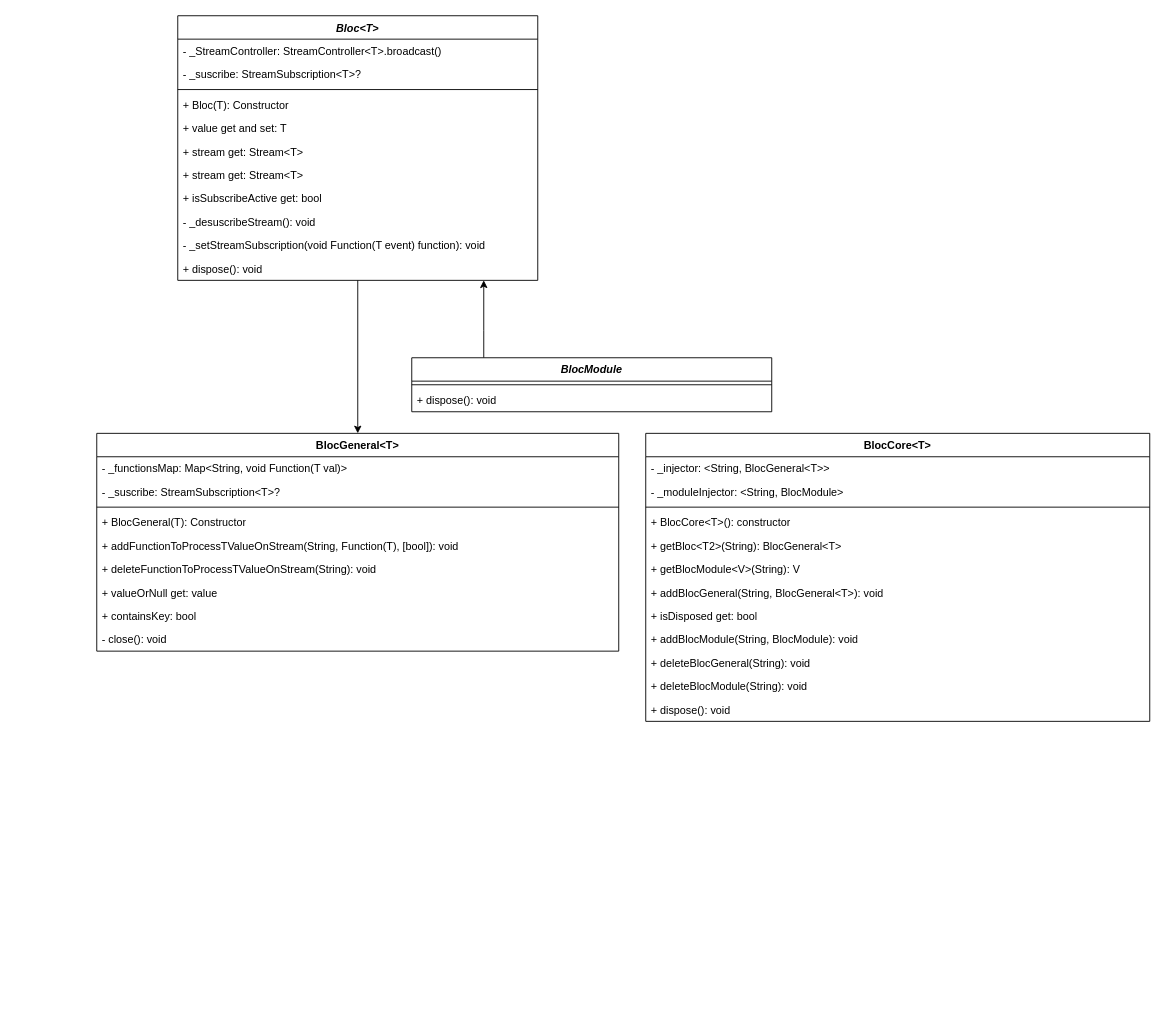
This is page "Bloc" (3 of 12) of uml/uml_diagrams.drawio from grupo-jocaagura/jocaagura_domain, a draw.io file, before an edit. Source tidied: cells renumbered, new cells numbered last; positions are measured from the earlier drawing's top-left corner, leaving out a move shared by most shapes. Both pictures are drawn from the tidied source at 90%, with x=0, y=0 at pixel (96, 15).
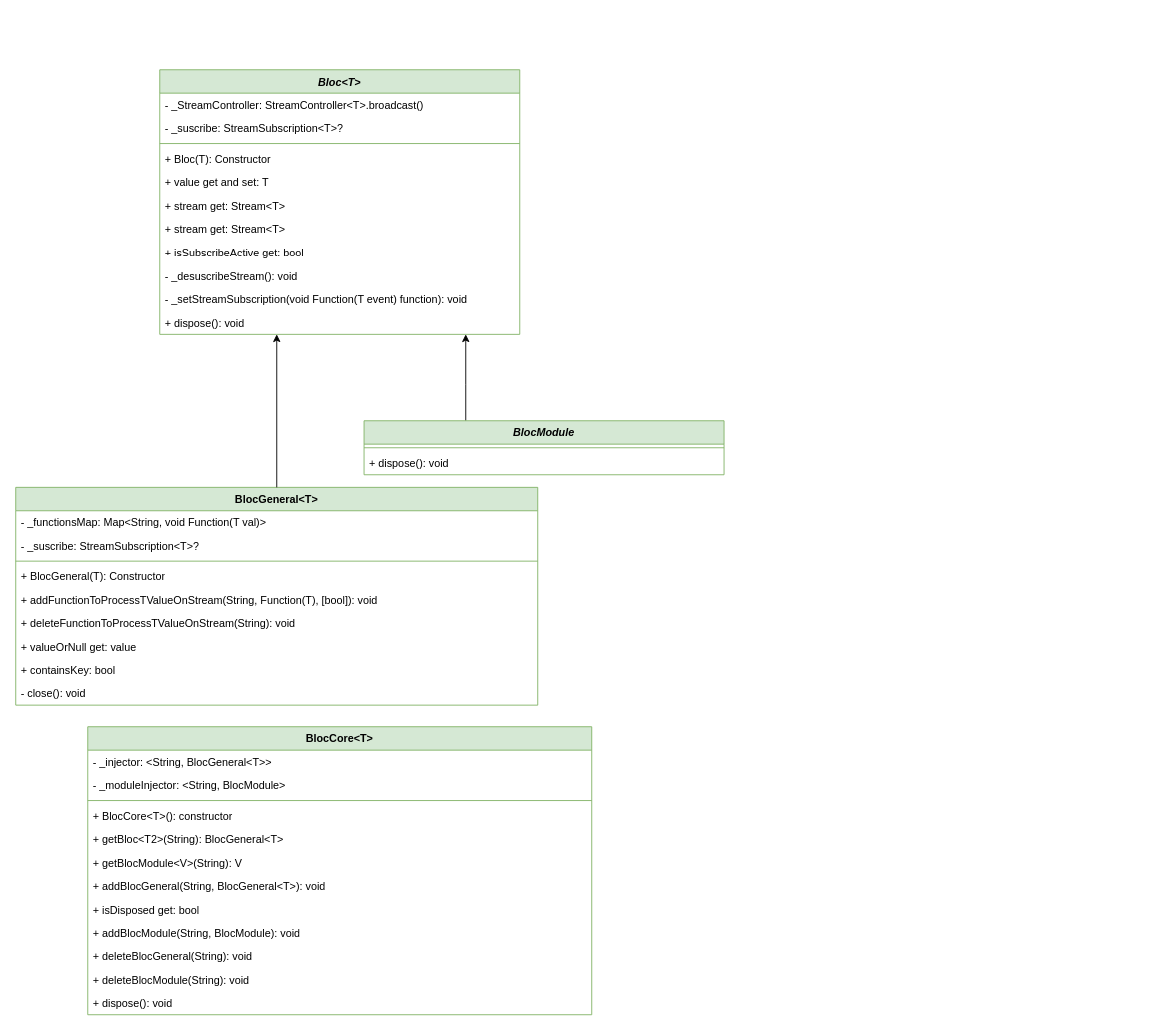
The same diagram, later.

The change refers to these unchanged cells:
```xml
<mxCell id="14" value="+ dispose(): void" style="text;strokeColor=none;fillColor=none;align=left;verticalAlign=top;spacingLeft=4;spacingRight=4;overflow=hidden;points=[[0,0.5],[1,0.5]];portConstraint=eastwest;whiteSpace=wrap;html=1;" parent="3" vertex="1">
  <mxGeometry y="268" width="400" height="26" as="geometry" />
</mxCell>
```

Change to the diagram source:
```diff
@@
-    <mxCell id="2" style="edgeStyle=orthogonalEdgeStyle;rounded=0;jettySize=auto;html=1;" parent="1" edge="1" source="3" target="19">
-      <mxGeometry relative="1" as="geometry" />
-    </mxCell>
-    <mxCell id="3" value="&lt;i&gt;Bloc&amp;lt;T&amp;gt;&lt;/i&gt;" style="swimlane;fontStyle=1;align=center;verticalAlign=top;horizontal=1;startSize=26;whiteSpace=wrap;html=1;" parent="1" vertex="1">
-      <mxGeometry x="90" width="400" height="294" as="geometry" />
+    <mxCell id="3" value="&lt;i&gt;Bloc&amp;lt;T&amp;gt;&lt;/i&gt;" style="swimlane;fontStyle=1;align=center;verticalAlign=top;horizontal=1;startSize=26;whiteSpace=wrap;html=1;fillColor=#d5e8d4;strokeColor=#82b366;" parent="1" vertex="1">
+      <mxGeometry x="70" y="60" width="400" height="294" as="geometry" />
     </mxCell>
@@
     <mxCell id="15" style="edgeStyle=orthogonalEdgeStyle;rounded=0;jettySize=auto;html=1;" parent="1" edge="1" source="16" target="14">
       <mxGeometry relative="1" as="geometry">
         <Array as="points">
-          <mxPoint x="430" y="350" />
-          <mxPoint x="430" y="350" />
+          <mxPoint x="410" y="410" />
+          <mxPoint x="410" y="410" />
         </Array>
       </mxGeometry>
     </mxCell>
-    <mxCell id="16" value="&lt;i&gt;BlocModule&lt;/i&gt;" style="swimlane;fontStyle=1;align=center;verticalAlign=top;horizontal=1;startSize=26;whiteSpace=wrap;html=1;" parent="1" vertex="1">
-      <mxGeometry x="350" y="380" width="400" height="60" as="geometry" />
+    <mxCell id="16" value="&lt;i&gt;BlocModule&lt;/i&gt;" style="swimlane;fontStyle=1;align=center;verticalAlign=top;horizontal=1;startSize=26;whiteSpace=wrap;html=1;fillColor=#d5e8d4;strokeColor=#82b366;" parent="1" vertex="1">
+      <mxGeometry x="297" y="450" width="400" height="60" as="geometry" />
     </mxCell>
@@
-    <mxCell id="19" value="BlocGeneral&amp;lt;T&amp;gt;" style="swimlane;fontStyle=1;align=center;verticalAlign=top;horizontal=1;startSize=26;whiteSpace=wrap;html=1;" parent="1" vertex="1">
-      <mxGeometry y="464" width="580" height="242" as="geometry" />
+    <mxCell id="19" value="BlocGeneral&amp;lt;T&amp;gt;" style="swimlane;fontStyle=1;align=center;verticalAlign=top;horizontal=1;startSize=26;whiteSpace=wrap;html=1;fillColor=#d5e8d4;strokeColor=#82b366;" parent="1" vertex="1">
+      <mxGeometry x="-90" y="524" width="580" height="242" as="geometry" />
     </mxCell>
@@
-    <mxCell id="29" value="BlocCore&amp;lt;T&amp;gt;" style="swimlane;fontStyle=1;align=center;verticalAlign=top;horizontal=1;startSize=26;whiteSpace=wrap;html=1;" parent="1" vertex="1">
-      <mxGeometry x="610" y="464" width="560" height="320" as="geometry" />
+    <mxCell id="29" value="BlocCore&amp;lt;T&amp;gt;" style="swimlane;fontStyle=1;align=center;verticalAlign=top;horizontal=1;startSize=26;whiteSpace=wrap;html=1;fillColor=#d5e8d4;strokeColor=#82b366;" parent="1" vertex="1">
+      <mxGeometry x="-10" y="790" width="560" height="320" as="geometry" />
     </mxCell>
@@
+    <mxCell id="42" style="edgeStyle=orthogonalEdgeStyle;rounded=0;jettySize=auto;html=1;entryX=0.325;entryY=1;entryDx=0;entryDy=0;entryPerimeter=0;" parent="1" edge="1" source="19" target="14">
+      <mxGeometry relative="1" as="geometry" />
+    </mxCell>
```
